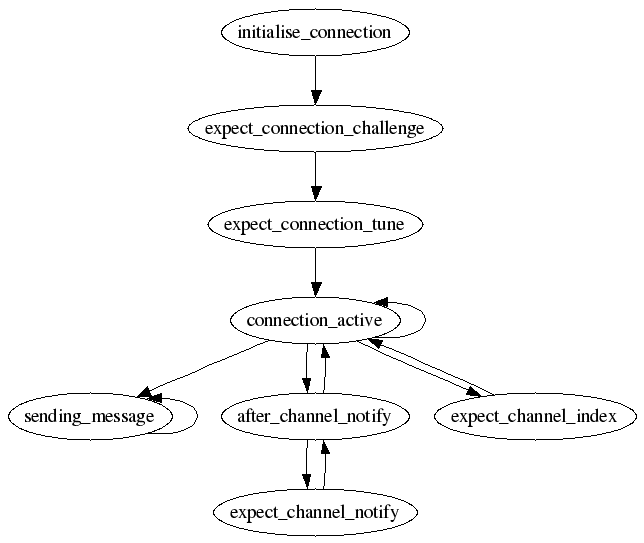
imatix/openamq keeps this Graphviz diagram as doc/amq_aclient_agent.png. Above is the earlier version. Its source is kept beside it as doc/amq_aclient_agent.dot.
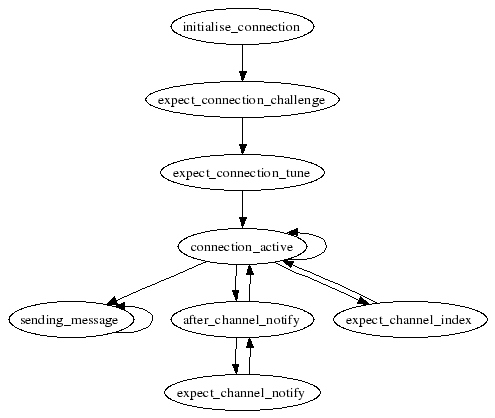
The same diagram one commit later.

Commit message:
Graph size accomodated for PDF node visibility

What changed in the source:
```diff
@@ -1,6 +1,5 @@
 digraph {
-    size = "7.5,8";
-    center = 1;
+    size = "5,8";
     subgraph client {
         initialise_connection -> expect_connection_challenge;
         expect_connection_challenge -> expect_connection_tune;
```
